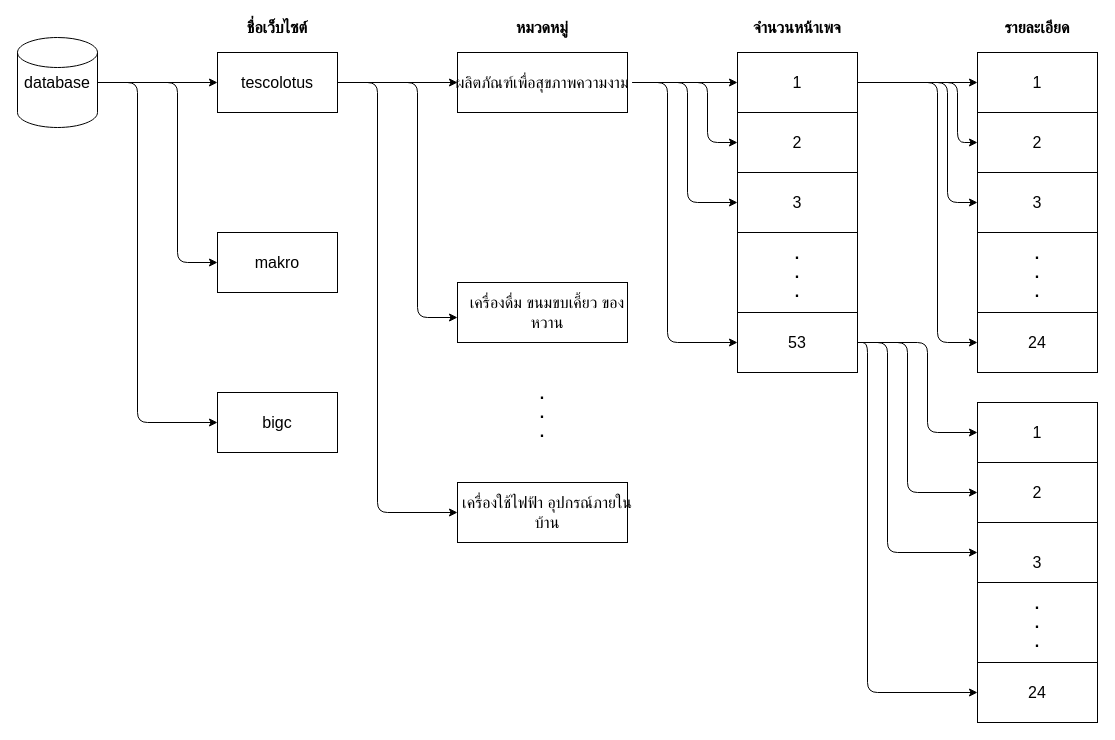
The draw.io diagram presentation/หน้าเว็บที่ดึงข้อมูลมา/flow-get-data.drawio in mandarinkb/project-final-document, before the edit. Source tidied: cells renumbered, new cells numbered last; positions are measured from the earlier drawing's top-left corner, leaving out a move shared by most shapes. Both pictures are drawn from the tidied source at 100%, with x=0, y=0 at pixel (17, 17).
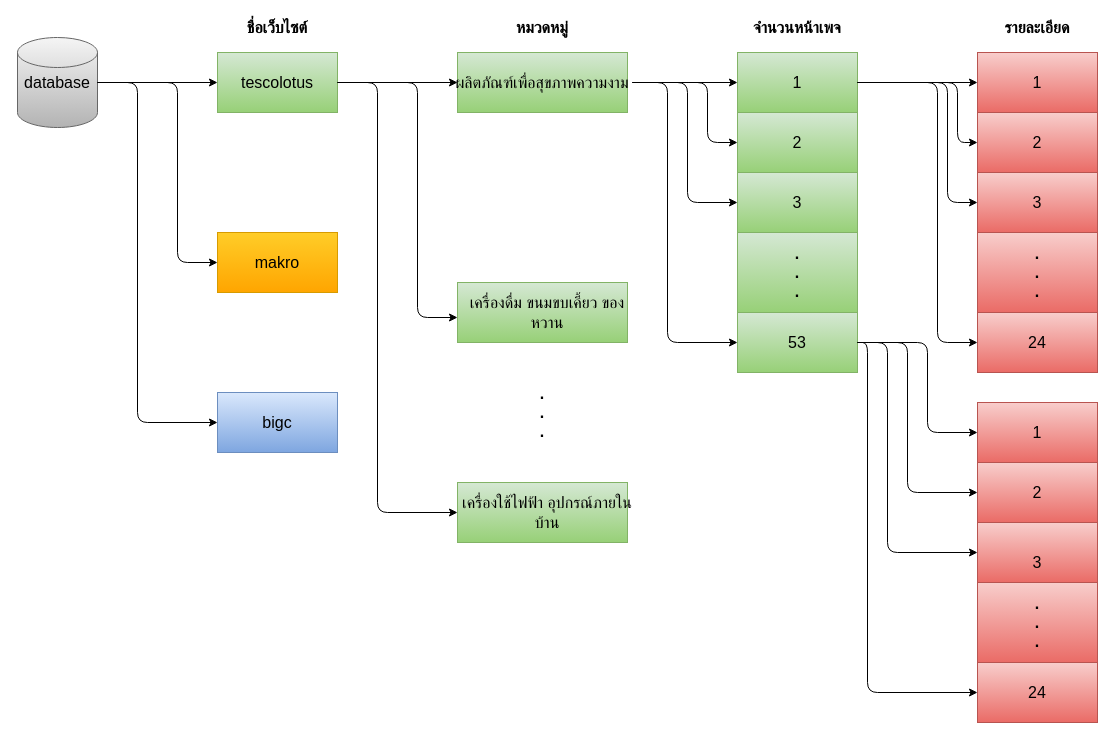
After the change.

Change to the diagram source:
```diff
@@
-    <mxCell id="2" style="shape=cylinder3;whiteSpace=wrap;html=1;boundedLbl=1;backgroundOutline=1;size=15;" parent="1" vertex="1">
+    <mxCell id="2" style="shape=cylinder3;whiteSpace=wrap;html=1;boundedLbl=1;backgroundOutline=1;size=15;fillColor=#f5f5f5;strokeColor=#666666;gradientColor=#b3b3b3;" parent="1" vertex="1">
       <mxGeometry y="20" width="80" height="90" as="geometry" />
     </mxCell>
-    <mxCell id="3" style="rounded=0;whiteSpace=wrap;html=1;" parent="1" vertex="1">
+    <mxCell id="3" style="rounded=0;whiteSpace=wrap;html=1;gradientColor=#97d077;fillColor=#d5e8d4;strokeColor=#82b366;" parent="1" vertex="1">
       <mxGeometry x="200" y="35" width="120" height="60" as="geometry" />
     </mxCell>
@@
-    <mxCell id="5" style="rounded=0;whiteSpace=wrap;html=1;" parent="1" vertex="1">
+    <mxCell id="5" style="rounded=0;whiteSpace=wrap;html=1;gradientColor=#97d077;fillColor=#d5e8d4;strokeColor=#82b366;" parent="1" vertex="1">
       <mxGeometry x="440" y="35" width="170" height="60" as="geometry" />
     </mxCell>
@@
-    <mxCell id="7" style="rounded=0;whiteSpace=wrap;html=1;" parent="1" vertex="1">
+    <mxCell id="7" style="rounded=0;whiteSpace=wrap;html=1;gradientColor=#97d077;fillColor=#d5e8d4;strokeColor=#82b366;" parent="1" vertex="1">
       <mxGeometry x="440" y="265" width="170" height="60" as="geometry" />
     </mxCell>
-    <mxCell id="8" style="rounded=0;whiteSpace=wrap;html=1;" parent="1" vertex="1">
+    <mxCell id="8" style="rounded=0;whiteSpace=wrap;html=1;gradientColor=#97d077;fillColor=#d5e8d4;strokeColor=#82b366;" parent="1" vertex="1">
       <mxGeometry x="440" y="465" width="170" height="60" as="geometry" />
     </mxCell>
-    <mxCell id="9" style="rounded=0;whiteSpace=wrap;html=1;" parent="1" vertex="1">
+    <mxCell id="9" style="rounded=0;whiteSpace=wrap;html=1;gradientColor=#97d077;fillColor=#d5e8d4;strokeColor=#82b366;" parent="1" vertex="1">
       <mxGeometry x="720" y="35" width="120" height="60" as="geometry" />
     </mxCell>
-    <mxCell id="10" style="rounded=0;whiteSpace=wrap;html=1;" parent="1" vertex="1">
+    <mxCell id="10" style="rounded=0;whiteSpace=wrap;html=1;gradientColor=#97d077;fillColor=#d5e8d4;strokeColor=#82b366;" parent="1" vertex="1">
       <mxGeometry x="720" y="95" width="120" height="60" as="geometry" />
     </mxCell>
-    <mxCell id="11" style="rounded=0;whiteSpace=wrap;html=1;" parent="1" vertex="1">
+    <mxCell id="11" style="rounded=0;whiteSpace=wrap;html=1;gradientColor=#97d077;fillColor=#d5e8d4;strokeColor=#82b366;" parent="1" vertex="1">
       <mxGeometry x="720" y="155" width="120" height="60" as="geometry" />
     </mxCell>
-    <mxCell id="12" style="rounded=0;whiteSpace=wrap;html=1;" parent="1" vertex="1">
+    <mxCell id="12" style="rounded=0;whiteSpace=wrap;html=1;gradientColor=#ea6b66;fillColor=#f8cecc;strokeColor=#b85450;" parent="1" vertex="1">
       <mxGeometry x="960" y="215" width="120" height="80" as="geometry" />
     </mxCell>
-    <mxCell id="13" style="rounded=0;whiteSpace=wrap;html=1;" parent="1" vertex="1">
+    <mxCell id="13" style="rounded=0;whiteSpace=wrap;html=1;gradientColor=#97d077;fillColor=#d5e8d4;strokeColor=#82b366;" parent="1" vertex="1">
       <mxGeometry x="720" y="295" width="120" height="60" as="geometry" />
     </mxCell>
@@
-    <mxCell id="24" style="rounded=0;whiteSpace=wrap;html=1;fontSize=16;" parent="1" vertex="1">
+    <mxCell id="24" style="rounded=0;whiteSpace=wrap;html=1;fontSize=16;gradientColor=#ea6b66;fillColor=#f8cecc;strokeColor=#b85450;" parent="1" vertex="1">
       <mxGeometry x="960" y="35" width="120" height="60" as="geometry" />
     </mxCell>
-    <mxCell id="25" style="rounded=0;whiteSpace=wrap;html=1;fontSize=16;" parent="1" vertex="1">
+    <mxCell id="25" style="rounded=0;whiteSpace=wrap;html=1;fontSize=16;gradientColor=#ea6b66;fillColor=#f8cecc;strokeColor=#b85450;" parent="1" vertex="1">
       <mxGeometry x="960" y="95" width="120" height="60" as="geometry" />
     </mxCell>
-    <mxCell id="26" style="rounded=0;whiteSpace=wrap;html=1;fontSize=16;" parent="1" vertex="1">
+    <mxCell id="26" style="rounded=0;whiteSpace=wrap;html=1;fontSize=16;gradientColor=#ea6b66;fillColor=#f8cecc;strokeColor=#b85450;" parent="1" vertex="1">
       <mxGeometry x="960" y="155" width="120" height="60" as="geometry" />
     </mxCell>
-    <mxCell id="27" style="rounded=0;whiteSpace=wrap;html=1;fontSize=16;" parent="1" vertex="1">
+    <mxCell id="27" style="rounded=0;whiteSpace=wrap;html=1;fontSize=16;gradientColor=#ea6b66;fillColor=#f8cecc;strokeColor=#b85450;" parent="1" vertex="1">
       <mxGeometry x="960" y="295" width="120" height="60" as="geometry" />
     </mxCell>
@@
-    <mxCell id="32" style="rounded=0;whiteSpace=wrap;html=1;fontSize=16;" parent="1" vertex="1">
+    <mxCell id="32" style="rounded=0;whiteSpace=wrap;html=1;fontSize=16;gradientColor=#ea6b66;fillColor=#f8cecc;strokeColor=#b85450;" parent="1" vertex="1">
       <mxGeometry x="960" y="385" width="120" height="60" as="geometry" />
     </mxCell>
-    <mxCell id="33" style="rounded=0;whiteSpace=wrap;html=1;fontSize=16;" parent="1" vertex="1">
+    <mxCell id="33" style="rounded=0;whiteSpace=wrap;html=1;fontSize=16;gradientColor=#ea6b66;fillColor=#f8cecc;strokeColor=#b85450;" parent="1" vertex="1">
       <mxGeometry x="960" y="445" width="120" height="60" as="geometry" />
     </mxCell>
-    <mxCell id="34" style="rounded=0;whiteSpace=wrap;html=1;fontSize=16;" parent="1" vertex="1">
+    <mxCell id="34" style="rounded=0;whiteSpace=wrap;html=1;fontSize=16;gradientColor=#ea6b66;fillColor=#f8cecc;strokeColor=#b85450;" parent="1" vertex="1">
       <mxGeometry x="960" y="505" width="120" height="60" as="geometry" />
     </mxCell>
-    <mxCell id="35" style="rounded=0;whiteSpace=wrap;html=1;" parent="1" vertex="1">
+    <mxCell id="35" style="rounded=0;whiteSpace=wrap;html=1;gradientColor=#ea6b66;fillColor=#f8cecc;strokeColor=#b85450;" parent="1" vertex="1">
       <mxGeometry x="960" y="565" width="120" height="80" as="geometry" />
     </mxCell>
-    <mxCell id="36" style="rounded=0;whiteSpace=wrap;html=1;fontSize=16;" parent="1" vertex="1">
+    <mxCell id="36" style="rounded=0;whiteSpace=wrap;html=1;fontSize=16;gradientColor=#ea6b66;fillColor=#f8cecc;strokeColor=#b85450;" parent="1" vertex="1">
       <mxGeometry x="960" y="645" width="120" height="60" as="geometry" />
     </mxCell>
-    <mxCell id="37" style="rounded=0;whiteSpace=wrap;html=1;" parent="1" vertex="1">
+    <mxCell id="37" style="rounded=0;whiteSpace=wrap;html=1;gradientColor=#97d077;fillColor=#d5e8d4;strokeColor=#82b366;" parent="1" vertex="1">
       <mxGeometry x="720" y="215" width="120" height="80" as="geometry" />
     </mxCell>
@@
-    <mxCell id="62" style="rounded=0;whiteSpace=wrap;html=1;fontSize=16;" parent="1" vertex="1">
+    <mxCell id="62" style="rounded=0;whiteSpace=wrap;html=1;fontSize=16;gradientColor=#ffa500;fillColor=#ffcd28;strokeColor=#d79b00;" parent="1" vertex="1">
       <mxGeometry x="200" y="215" width="120" height="60" as="geometry" />
     </mxCell>
@@
-    <mxCell id="64" style="rounded=0;whiteSpace=wrap;html=1;fontSize=16;" parent="1" vertex="1">
+    <mxCell id="64" style="rounded=0;whiteSpace=wrap;html=1;fontSize=16;gradientColor=#7ea6e0;fillColor=#dae8fc;strokeColor=#6c8ebf;" parent="1" vertex="1">
       <mxGeometry x="200" y="375" width="120" height="60" as="geometry" />
     </mxCell>
```
